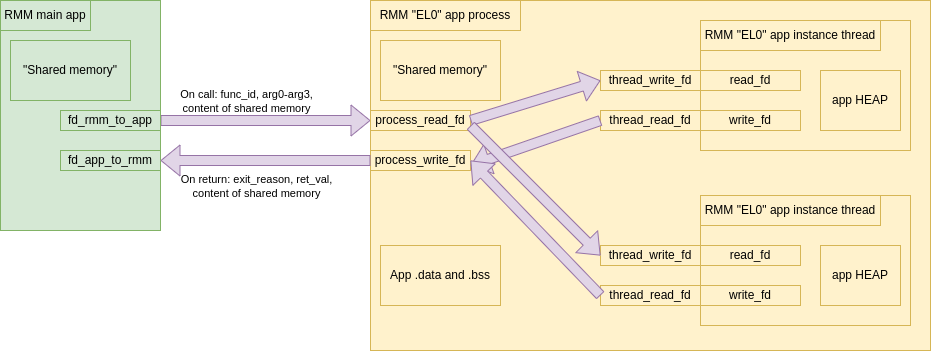
TF-RMM/tf-rmm keeps this draw.io diagram as docs/design/diagrams/rmm_app_on_host.drawio.png. Above is the earlier version. Source tidied: cells renumbered, new cells last; positions are measured from the earlier drawing's top-left corner, leaving out a move shared by most shapes.
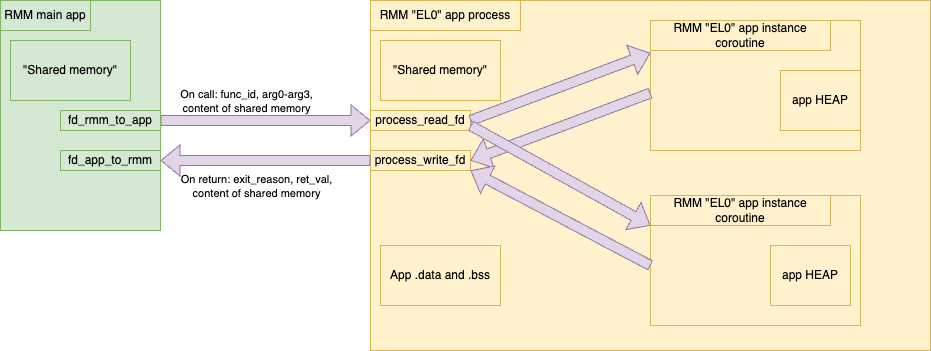
The same file after the commit.

Commit message:
docs: Update the EL0 app design documentation

Replace references to pthreads and named pipes with accurate
descriptions of the minicoro coroutine model. Each app instance
is now a coroutine that reads from and writes to the process pipe
directly, without the main thread forwarding data.

Change to the diagram source:
```diff
@@ -49,61 +49,41 @@
       <mxGeometry x="380" y="40" width="120" height="60" as="geometry" />
     </mxCell>
     <mxCell id="16" style="rounded=0;whiteSpace=wrap;html=1;fillColor=#fff2cc;strokeColor=#d6b656;" parent="1" vertex="1">
-      <mxGeometry x="700" y="20" width="210" height="130" as="geometry" />
+      <mxGeometry x="650" y="20" width="210" height="130" as="geometry" />
     </mxCell>
-    <mxCell id="17" value="RMM &quot;EL0&quot; app instance thread" style="rounded=0;whiteSpace=wrap;html=1;fillColor=#fff2cc;strokeColor=#d6b656;" parent="1" vertex="1">
-      <mxGeometry x="700" y="20" width="180" height="30" as="geometry" />
+    <mxCell id="17" value="RMM &quot;EL0&quot; app instance coroutine" style="rounded=0;whiteSpace=wrap;html=1;fillColor=#fff2cc;strokeColor=#d6b656;" parent="1" vertex="1">
+      <mxGeometry x="650" y="20" width="180" height="30" as="geometry" />
     </mxCell>
-    <mxCell id="18" value="write_fd" style="rounded=0;whiteSpace=wrap;html=1;fillColor=#fff2cc;strokeColor=#d6b656;" parent="1" vertex="1">
-      <mxGeometry x="700" y="110" width="100" height="20" as="geometry" />
-    </mxCell>
-    <mxCell id="19" value="read_fd" style="rounded=0;whiteSpace=wrap;html=1;fillColor=#fff2cc;strokeColor=#d6b656;" parent="1" vertex="1">
-      <mxGeometry x="700" y="70" width="100" height="20" as="geometry" />
-    </mxCell>
-    <mxCell id="20" value="thread_read_fd" style="rounded=0;whiteSpace=wrap;html=1;fillColor=#fff2cc;strokeColor=#d6b656;" parent="1" vertex="1">
-      <mxGeometry x="600" y="110" width="100" height="20" as="geometry" />
-    </mxCell>
-    <mxCell id="21" value="thread_write_fd" style="rounded=0;whiteSpace=wrap;html=1;fillColor=#fff2cc;strokeColor=#d6b656;" parent="1" vertex="1">
-      <mxGeometry x="600" y="70" width="100" height="20" as="geometry" />
-    </mxCell>
     <mxCell id="22" style="rounded=0;whiteSpace=wrap;html=1;fillColor=#fff2cc;strokeColor=#d6b656;" parent="1" vertex="1">
-      <mxGeometry x="700" y="195" width="210" height="130" as="geometry" />
+      <mxGeometry x="650" y="195" width="210" height="130" as="geometry" />
     </mxCell>
-    <mxCell id="23" value="write_fd" style="rounded=0;whiteSpace=wrap;html=1;fillColor=#fff2cc;strokeColor=#d6b656;" parent="1" vertex="1">
-      <mxGeometry x="700" y="285" width="100" height="20" as="geometry" />
-    </mxCell>
-    <mxCell id="24" value="read_fd" style="rounded=0;whiteSpace=wrap;html=1;fillColor=#fff2cc;strokeColor=#d6b656;" parent="1" vertex="1">
-      <mxGeometry x="700" y="245" width="100" height="20" as="geometry" />
-    </mxCell>
-    <mxCell id="25" value="thread_read_fd" style="rounded=0;whiteSpace=wrap;html=1;fillColor=#fff2cc;strokeColor=#d6b656;" parent="1" vertex="1">
-      <mxGeometry x="600" y="285" width="100" height="20" as="geometry" />
-    </mxCell>
-    <mxCell id="26" value="thread_write_fd" style="rounded=0;whiteSpace=wrap;html=1;fillColor=#fff2cc;strokeColor=#d6b656;" parent="1" vertex="1">
-      <mxGeometry x="600" y="245" width="100" height="20" as="geometry" />
-    </mxCell>
-    <mxCell id="27" style="shape=flexArrow;endArrow=classic;html=1;rounded=0;exitX=1;exitY=0.5;exitDx=0;exitDy=0;fillColor=#e1d5e7;strokeColor=#9673a6;entryX=0;entryY=0.5;entryDx=0;entryDy=0;" parent="1" edge="1" source="12" target="21">
+    <mxCell id="27" style="shape=flexArrow;endArrow=classic;html=1;rounded=0;exitX=1;exitY=0.5;exitDx=0;exitDy=0;fillColor=#e1d5e7;strokeColor=#9673a6;entryX=0;entryY=0.25;entryDx=0;entryDy=0;" parent="1" edge="1" source="12" target="16">
       <mxGeometry relative="1" as="geometry" />
     </mxCell>
-    <mxCell id="28" style="shape=flexArrow;endArrow=classic;html=1;rounded=0;fillColor=#e1d5e7;strokeColor=#9673a6;exitX=0;exitY=0.5;exitDx=0;exitDy=0;entryX=1;entryY=0.75;entryDx=0;entryDy=0;" parent="1" edge="1" source="20" target="11">
-      <mxGeometry relative="1" as="geometry" />
+    <mxCell id="28" style="shape=flexArrow;endArrow=classic;html=1;rounded=0;fillColor=#e1d5e7;strokeColor=#9673a6;exitX=0;exitY=0.5;exitDx=0;exitDy=0;entryX=1;entryY=0.5;entryDx=0;entryDy=0;" parent="1" edge="1" target="11">
+      <mxGeometry relative="1" as="geometry">
+        <mxPoint x="650" y="92.5" as="sourcePoint" />
+      </mxGeometry>
     </mxCell>
-    <mxCell id="29" style="shape=flexArrow;endArrow=classic;html=1;rounded=0;fillColor=#e1d5e7;strokeColor=#9673a6;exitX=0;exitY=0.5;exitDx=0;exitDy=0;entryX=1;entryY=0.5;entryDx=0;entryDy=0;" parent="1" edge="1" source="25" target="11">
-      <mxGeometry relative="1" as="geometry" />
+    <mxCell id="29" style="shape=flexArrow;endArrow=classic;html=1;rounded=0;fillColor=#e1d5e7;strokeColor=#9673a6;exitX=0;exitY=0.5;exitDx=0;exitDy=0;entryX=1;entryY=1;entryDx=0;entryDy=0;" parent="1" edge="1" target="11">
+      <mxGeometry relative="1" as="geometry">
+        <mxPoint x="650" y="265" as="sourcePoint" />
+      </mxGeometry>
     </mxCell>
-    <mxCell id="30" style="shape=flexArrow;endArrow=classic;html=1;rounded=0;exitX=1;exitY=0.75;exitDx=0;exitDy=0;fillColor=#e1d5e7;strokeColor=#9673a6;entryX=0;entryY=0.5;entryDx=0;entryDy=0;" parent="1" edge="1" source="12" target="26">
+    <mxCell id="30" style="shape=flexArrow;endArrow=classic;html=1;rounded=0;exitX=1;exitY=0.75;exitDx=0;exitDy=0;fillColor=#e1d5e7;strokeColor=#9673a6;entryX=0;entryY=1;entryDx=0;entryDy=0;" parent="1" edge="1" source="12" target="34">
       <mxGeometry relative="1" as="geometry" />
     </mxCell>
     <mxCell id="31" value="App .data and .bss" style="rounded=0;whiteSpace=wrap;html=1;fillColor=#fff2cc;strokeColor=#d6b656;" parent="1" vertex="1">
       <mxGeometry x="380" y="245" width="120" height="60" as="geometry" />
     </mxCell>
     <mxCell id="32" value="app HEAP" style="rounded=0;whiteSpace=wrap;html=1;fillColor=#fff2cc;strokeColor=#d6b656;" parent="1" vertex="1">
-      <mxGeometry x="820" y="70" width="80" height="60" as="geometry" />
+      <mxGeometry x="780" y="70" width="80" height="60" as="geometry" />
     </mxCell>
     <mxCell id="33" value="app HEAP" style="rounded=0;whiteSpace=wrap;html=1;fillColor=#fff2cc;strokeColor=#d6b656;" parent="1" vertex="1">
-      <mxGeometry x="820" y="245" width="80" height="60" as="geometry" />
+      <mxGeometry x="770" y="245" width="80" height="60" as="geometry" />
     </mxCell>
-    <mxCell id="34" value="RMM &quot;EL0&quot; app instance thread" style="rounded=0;whiteSpace=wrap;html=1;fillColor=#fff2cc;strokeColor=#d6b656;" parent="1" vertex="1">
-      <mxGeometry x="700" y="195" width="180" height="30" as="geometry" />
+    <mxCell id="34" value="RMM &quot;EL0&quot; app instance coroutine" style="rounded=0;whiteSpace=wrap;html=1;fillColor=#fff2cc;strokeColor=#d6b656;" parent="1" vertex="1">
+      <mxGeometry x="650" y="195" width="180" height="30" as="geometry" />
     </mxCell>
   </root>
 </mxGraphModel>
```
